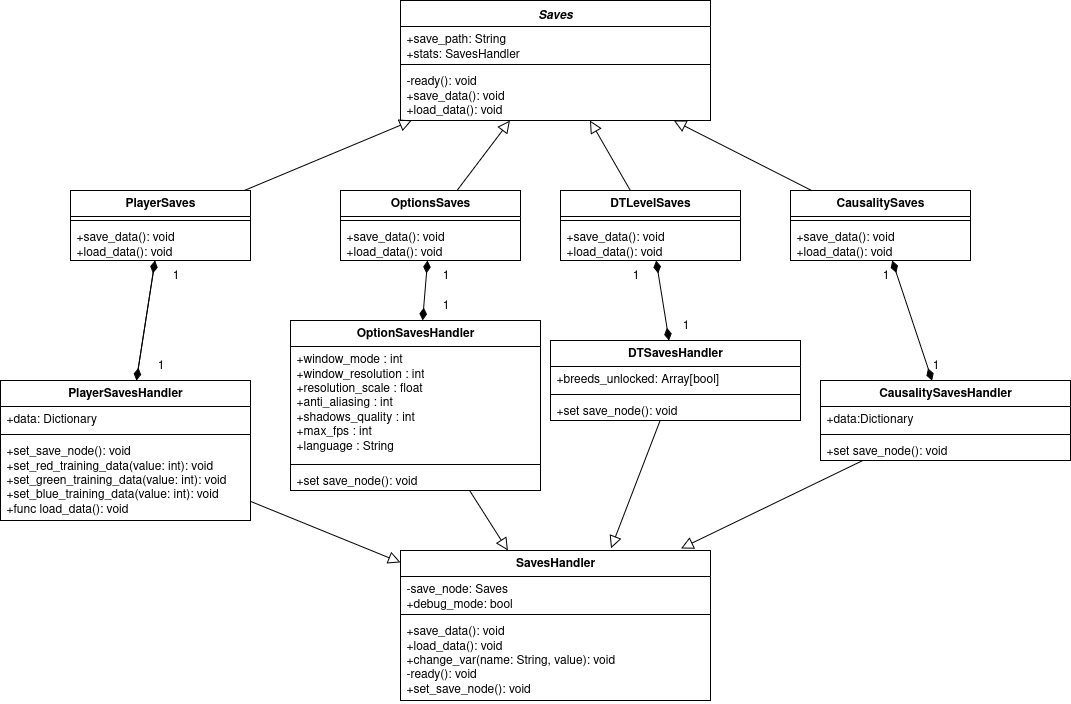
fliposab/ProgettoStage keeps this draw.io diagram as Documentazione/source/imgs/class-saves.png. Above is the earlier version. Source tidied: cells renumbered, new cells last; positions are measured from the earlier drawing's top-left corner, leaving out a move shared by most shapes.
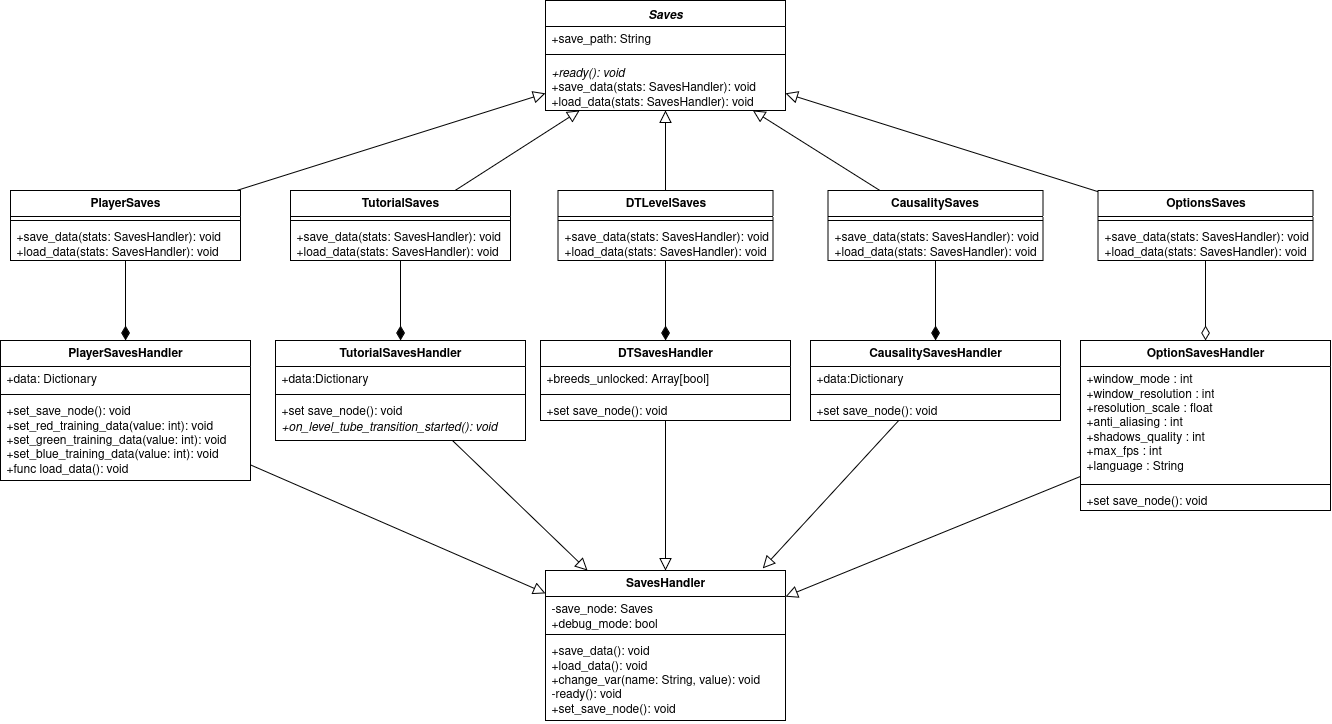
After the commit.

What changed in the source:
```diff
@@ -5,12 +5,12 @@
     <mxCell id="2" value="&lt;i&gt;Saves&lt;/i&gt;" style="swimlane;fontStyle=1;align=center;verticalAlign=top;horizontal=1;startSize=26;whiteSpace=wrap;html=1;" parent="1" vertex="1">
-      <mxGeometry x="400" width="310" height="120" as="geometry" />
+      <mxGeometry x="555" width="240" height="110" as="geometry" />
     </mxCell>
-    <mxCell id="3" value="&lt;div&gt;+save_path: String&lt;/div&gt;&lt;div&gt;+stats: SavesHandler&lt;/div&gt;" style="text;strokeColor=none;fillColor=none;align=left;verticalAlign=top;spacingLeft=4;spacingRight=4;overflow=hidden;whiteSpace=wrap;html=1;" parent="2" vertex="1">
-      <mxGeometry y="26" width="310" height="34" as="geometry" />
+    <mxCell id="3" value="&lt;div&gt;+save_path: String&lt;/div&gt;" style="text;strokeColor=none;fillColor=none;align=left;verticalAlign=top;spacingLeft=4;spacingRight=4;overflow=hidden;whiteSpace=wrap;html=1;" parent="2" vertex="1">
+      <mxGeometry y="26" width="240" height="24" as="geometry" />
     </mxCell>
     <mxCell id="4" style="line;strokeWidth=1;fillColor=none;align=left;verticalAlign=middle;spacingTop=-1;spacingLeft=3;spacingRight=3;labelPosition=right;strokeColor=inherit;" parent="2" vertex="1">
-      <mxGeometry y="60" width="310" height="8" as="geometry" />
+      <mxGeometry y="50" width="240" height="8" as="geometry" />
     </mxCell>
-    <mxCell id="5" value="&lt;div&gt;-ready(): void&lt;/div&gt;&lt;div&gt;+save_data(): void&lt;/div&gt;&lt;div&gt;+load_data(): void&lt;/div&gt;" style="text;strokeColor=none;fillColor=none;align=left;verticalAlign=top;spacingLeft=4;spacingRight=4;overflow=hidden;whiteSpace=wrap;html=1;" parent="2" vertex="1">
-      <mxGeometry y="68" width="310" height="52" as="geometry" />
+    <mxCell id="5" value="&lt;div&gt;&lt;i&gt;+ready(): void&lt;/i&gt;&lt;/div&gt;&lt;div&gt;+save_data(stats: SavesHandler): void&lt;/div&gt;&lt;div&gt;+load_data(stats: SavesHandler): void&lt;/div&gt;" style="text;strokeColor=none;fillColor=none;align=left;verticalAlign=top;spacingLeft=4;spacingRight=4;overflow=hidden;whiteSpace=wrap;html=1;" parent="2" vertex="1">
+      <mxGeometry y="58" width="240" height="52" as="geometry" />
     </mxCell>
@@ -20,33 +20,33 @@
     <mxCell id="7" value="PlayerSaves" style="swimlane;fontStyle=1;align=center;verticalAlign=top;horizontal=1;startSize=26;whiteSpace=wrap;html=1;" parent="1" vertex="1">
-      <mxGeometry x="70" y="190" width="180" height="70" as="geometry" />
+      <mxGeometry x="20" y="190" width="230" height="70" as="geometry" />
     </mxCell>
     <mxCell id="8" style="line;strokeWidth=1;fillColor=none;align=left;verticalAlign=middle;spacingTop=-1;spacingLeft=3;spacingRight=3;labelPosition=right;strokeColor=inherit;" parent="7" vertex="1">
-      <mxGeometry y="26" width="180" height="8" as="geometry" />
+      <mxGeometry y="26" width="230" height="8" as="geometry" />
     </mxCell>
-    <mxCell id="9" value="+save_data(): void&lt;br&gt;+load_data(): void" style="text;strokeColor=none;fillColor=none;align=left;verticalAlign=top;spacingLeft=4;spacingRight=4;overflow=hidden;whiteSpace=wrap;html=1;" parent="7" vertex="1">
-      <mxGeometry y="34" width="180" height="36" as="geometry" />
+    <mxCell id="9" value="&lt;div&gt;+save_data(stats: SavesHandler): void&lt;/div&gt;&lt;div&gt;+load_data(stats: SavesHandler): void&lt;/div&gt;" style="text;strokeColor=none;fillColor=none;align=left;verticalAlign=top;spacingLeft=4;spacingRight=4;overflow=hidden;whiteSpace=wrap;html=1;" parent="7" vertex="1">
+      <mxGeometry y="34" width="230" height="36" as="geometry" />
     </mxCell>
-    <mxCell id="10" style="rounded=0;jettySize=auto;html=1;endArrow=diamondThin;endFill=1;endSize=10;" parent="1" edge="1" source="11" target="7">
-      <mxGeometry relative="1" as="geometry" />
+    <mxCell id="10" value="PlayerSavesHandler" style="swimlane;fontStyle=1;align=center;verticalAlign=top;horizontal=1;startSize=26;whiteSpace=wrap;html=1;" parent="1" vertex="1">
+      <mxGeometry x="10" y="340" width="250" height="140" as="geometry" />
     </mxCell>
-    <mxCell id="11" value="PlayerSavesHandler" style="swimlane;fontStyle=1;align=center;verticalAlign=top;horizontal=1;startSize=26;whiteSpace=wrap;html=1;" parent="1" vertex="1">
-      <mxGeometry y="380" width="250" height="140" as="geometry" />
+    <mxCell id="11" value="+data: Dictionary" style="text;strokeColor=none;fillColor=none;align=left;verticalAlign=top;spacingLeft=4;spacingRight=4;overflow=hidden;points=[[0,0.5],[1,0.5]];portConstraint=eastwest;whiteSpace=wrap;html=1;" parent="10" vertex="1">
+      <mxGeometry y="26" width="250" height="24" as="geometry" />
     </mxCell>
-    <mxCell id="12" value="+data: Dictionary" style="text;strokeColor=none;fillColor=none;align=left;verticalAlign=top;spacingLeft=4;spacingRight=4;overflow=hidden;whiteSpace=wrap;html=1;" parent="11" vertex="1">
-      <mxGeometry y="26" width="250" height="24" as="geometry" />
+    <mxCell id="12" style="line;strokeWidth=1;fillColor=none;align=left;verticalAlign=middle;spacingTop=-1;spacingLeft=3;spacingRight=3;labelPosition=right;strokeColor=inherit;" parent="10" vertex="1">
+      <mxGeometry y="50" width="250" height="8" as="geometry" />
     </mxCell>
-    <mxCell id="13" style="line;strokeWidth=1;fillColor=none;align=left;verticalAlign=middle;spacingTop=-1;spacingLeft=3;spacingRight=3;labelPosition=right;strokeColor=inherit;" parent="11" vertex="1">
-      <mxGeometry y="50" width="250" height="8" as="geometry" />
+    <mxCell id="13" value="+set_save_node(): void&lt;br&gt;+set_red_training_data(value: int): void&lt;br&gt;+set_green_training_data(value: int): void&lt;br&gt;+set_blue_training_data(value: int): void&lt;br&gt;+func load_data(): void" style="text;strokeColor=none;fillColor=none;align=left;verticalAlign=top;spacingLeft=4;spacingRight=4;overflow=hidden;whiteSpace=wrap;html=1;" parent="10" vertex="1">
+      <mxGeometry y="58" width="250" height="82" as="geometry" />
     </mxCell>
-    <mxCell id="14" value="+set_save_node(): void&lt;br&gt;+set_red_training_data(value: int): void&lt;br&gt;+set_green_training_data(value: int): void&lt;br&gt;+set_blue_training_data(value: int): void&lt;br&gt;+func load_data(): void" style="text;strokeColor=none;fillColor=none;align=left;verticalAlign=top;spacingLeft=4;spacingRight=4;overflow=hidden;whiteSpace=wrap;html=1;" parent="11" vertex="1">
-      <mxGeometry y="58" width="250" height="82" as="geometry" />
+    <mxCell id="14" style="edgeStyle=orthogonalEdgeStyle;rounded=0;jettySize=auto;html=1;endArrow=diamondThin;endFill=0;endSize=12;startArrow=none;startFill=0;startSize=12;" parent="1" edge="1" source="15" target="27">
+      <mxGeometry relative="1" as="geometry" />
     </mxCell>
     <mxCell id="15" value="OptionsSaves" style="swimlane;fontStyle=1;align=center;verticalAlign=top;horizontal=1;startSize=26;whiteSpace=wrap;html=1;" parent="1" vertex="1">
-      <mxGeometry x="340" y="190" width="180" height="70" as="geometry" />
+      <mxGeometry x="1107.5" y="190" width="215" height="70" as="geometry" />
     </mxCell>
     <mxCell id="16" style="line;strokeWidth=1;fillColor=none;align=left;verticalAlign=middle;spacingTop=-1;spacingLeft=3;spacingRight=3;labelPosition=right;strokeColor=inherit;" parent="15" vertex="1">
-      <mxGeometry y="26" width="180" height="8" as="geometry" />
+      <mxGeometry y="26" width="215" height="8" as="geometry" />
     </mxCell>
-    <mxCell id="17" value="+save_data(): void&lt;br&gt;+load_data(): void" style="text;strokeColor=none;fillColor=none;align=left;verticalAlign=top;spacingLeft=4;spacingRight=4;overflow=hidden;whiteSpace=wrap;html=1;" parent="15" vertex="1">
-      <mxGeometry y="34" width="180" height="36" as="geometry" />
+    <mxCell id="17" value="&lt;div&gt;+save_data(stats: SavesHandler): void&lt;/div&gt;&lt;div&gt;+load_data(stats: SavesHandler): void&lt;/div&gt;" style="text;strokeColor=none;fillColor=none;align=left;verticalAlign=top;spacingLeft=4;spacingRight=4;overflow=hidden;whiteSpace=wrap;html=1;" parent="15" vertex="1">
+      <mxGeometry y="34" width="215" height="36" as="geometry" />
     </mxCell>
@@ -56,9 +56,9 @@
     <mxCell id="19" value="DTLevelSaves" style="swimlane;fontStyle=1;align=center;verticalAlign=top;horizontal=1;startSize=26;whiteSpace=wrap;html=1;" parent="1" vertex="1">
-      <mxGeometry x="560" y="190" width="180" height="70" as="geometry" />
+      <mxGeometry x="567.5" y="190" width="215" height="70" as="geometry" />
     </mxCell>
     <mxCell id="20" style="line;strokeWidth=1;fillColor=none;align=left;verticalAlign=middle;spacingTop=-1;spacingLeft=3;spacingRight=3;labelPosition=right;strokeColor=inherit;" parent="19" vertex="1">
-      <mxGeometry y="26" width="180" height="8" as="geometry" />
+      <mxGeometry y="26" width="215" height="8" as="geometry" />
     </mxCell>
-    <mxCell id="21" value="+save_data(): void&lt;br&gt;+load_data(): void" style="text;strokeColor=none;fillColor=none;align=left;verticalAlign=top;spacingLeft=4;spacingRight=4;overflow=hidden;whiteSpace=wrap;html=1;" parent="19" vertex="1">
-      <mxGeometry y="34" width="180" height="36" as="geometry" />
+    <mxCell id="21" value="&lt;div&gt;+save_data(stats: SavesHandler): void&lt;/div&gt;&lt;div&gt;+load_data(stats: SavesHandler): void&lt;/div&gt;" style="text;strokeColor=none;fillColor=none;align=left;verticalAlign=top;spacingLeft=4;spacingRight=4;overflow=hidden;whiteSpace=wrap;html=1;" parent="19" vertex="1">
+      <mxGeometry y="34" width="215" height="36" as="geometry" />
     </mxCell>
@@ -68,9 +68,9 @@
     <mxCell id="23" value="CausalitySaves" style="swimlane;fontStyle=1;align=center;verticalAlign=top;horizontal=1;startSize=26;whiteSpace=wrap;html=1;" parent="1" vertex="1">
-      <mxGeometry x="790" y="190" width="180" height="70" as="geometry" />
+      <mxGeometry x="837.5" y="190" width="215" height="70" as="geometry" />
     </mxCell>
     <mxCell id="24" style="line;strokeWidth=1;fillColor=none;align=left;verticalAlign=middle;spacingTop=-1;spacingLeft=3;spacingRight=3;labelPosition=right;strokeColor=inherit;" parent="23" vertex="1">
-      <mxGeometry y="26" width="180" height="8" as="geometry" />
+      <mxGeometry y="26" width="215" height="8" as="geometry" />
     </mxCell>
-    <mxCell id="25" value="+save_data(): void&lt;br&gt;+load_data(): void" style="text;strokeColor=none;fillColor=none;align=left;verticalAlign=top;spacingLeft=4;spacingRight=4;overflow=hidden;whiteSpace=wrap;html=1;" parent="23" vertex="1">
-      <mxGeometry y="34" width="180" height="36" as="geometry" />
+    <mxCell id="25" value="&lt;div&gt;+save_data(stats: SavesHandler): void&lt;/div&gt;&lt;div&gt;+load_data(stats: SavesHandler): void&lt;/div&gt;" style="text;strokeColor=none;fillColor=none;align=left;verticalAlign=top;spacingLeft=4;spacingRight=4;overflow=hidden;whiteSpace=wrap;html=1;" parent="23" vertex="1">
+      <mxGeometry y="34" width="215" height="36" as="geometry" />
     </mxCell>
@@ -80,3 +80,3 @@
     <mxCell id="27" value="OptionSavesHandler" style="swimlane;fontStyle=1;align=center;verticalAlign=top;horizontal=1;startSize=26;whiteSpace=wrap;html=1;" parent="1" vertex="1">
-      <mxGeometry x="290" y="320" width="250" height="170" as="geometry" />
+      <mxGeometry x="1090" y="340" width="250" height="170" as="geometry" />
     </mxCell>
@@ -92,14 +92,14 @@
     <mxCell id="31" value="SavesHandler" style="swimlane;fontStyle=1;align=center;verticalAlign=top;horizontal=1;startSize=26;whiteSpace=wrap;html=1;" parent="1" vertex="1">
-      <mxGeometry x="400" y="550" width="310" height="150" as="geometry" />
+      <mxGeometry x="555" y="570" width="240" height="150" as="geometry" />
     </mxCell>
     <mxCell id="32" value="&lt;div&gt;-save_node: Saves&lt;/div&gt;&lt;div&gt;+debug_mode: bool&lt;/div&gt;" style="text;strokeColor=none;fillColor=none;align=left;verticalAlign=top;spacingLeft=4;spacingRight=4;overflow=hidden;whiteSpace=wrap;html=1;" parent="31" vertex="1">
-      <mxGeometry y="26" width="310" height="34" as="geometry" />
+      <mxGeometry y="26" width="240" height="34" as="geometry" />
     </mxCell>
     <mxCell id="33" style="line;strokeWidth=1;fillColor=none;align=left;verticalAlign=middle;spacingTop=-1;spacingLeft=3;spacingRight=3;labelPosition=right;strokeColor=inherit;" parent="31" vertex="1">
-      <mxGeometry y="60" width="310" height="8" as="geometry" />
+      <mxGeometry y="60" width="240" height="8" as="geometry" />
     </mxCell>
     <mxCell id="34" value="+save_data(): void&lt;br&gt;+load_data(): void&lt;br&gt;+change_var(name: String, value): void&lt;br&gt;-ready(): void&lt;br&gt;+set_save_node(): void" style="text;strokeColor=none;fillColor=none;align=left;verticalAlign=top;spacingLeft=4;spacingRight=4;overflow=hidden;whiteSpace=wrap;html=1;" parent="31" vertex="1">
-      <mxGeometry y="68" width="310" height="82" as="geometry" />
+      <mxGeometry y="68" width="240" height="82" as="geometry" />
     </mxCell>
-    <mxCell id="35" style="rounded=0;jettySize=auto;html=1;endArrow=block;endFill=0;endSize=10;" parent="1" edge="1" source="11" target="31">
+    <mxCell id="35" style="rounded=0;jettySize=auto;html=1;endArrow=block;endFill=0;endSize=10;" parent="1" edge="1" source="10" target="31">
       <mxGeometry relative="1" as="geometry" />
@@ -121,3 +121,3 @@
     </mxCell>
-    <mxCell id="41" style="rounded=0;jettySize=auto;html=1;endArrow=block;endFill=0;endSize=10;entryX=0.679;entryY=-0.014;entryDx=0;entryDy=0;entryPerimeter=0;" parent="1" edge="1" source="37" target="31">
+    <mxCell id="41" style="rounded=0;jettySize=auto;html=1;endArrow=block;endFill=0;endSize=10;" parent="1" edge="1" source="37" target="31">
       <mxGeometry relative="1" as="geometry" />
@@ -125,3 +125,3 @@
     <mxCell id="42" value="CausalitySavesHandler" style="swimlane;fontStyle=1;align=center;verticalAlign=top;horizontal=1;startSize=26;whiteSpace=wrap;html=1;" parent="1" vertex="1">
-      <mxGeometry x="820" y="380" width="250" height="80" as="geometry" />
+      <mxGeometry x="820" y="340" width="250" height="80" as="geometry" />
     </mxCell>
@@ -139,38 +139,46 @@
     </mxCell>
-    <mxCell id="47" style="rounded=0;jettySize=auto;html=1;endArrow=diamondThin;endFill=1;endSize=10;" parent="1" edge="1" source="7" target="11">
+    <mxCell id="47" style="edgeStyle=orthogonalEdgeStyle;rounded=0;jettySize=auto;html=1;endArrow=diamondThin;endFill=1;endSize=12;startArrow=none;startFill=0;startSize=12;" parent="1" edge="1" source="19" target="37">
       <mxGeometry relative="1" as="geometry" />
     </mxCell>
-    <mxCell id="48" style="rounded=0;jettySize=auto;html=1;endArrow=diamondThin;endFill=1;endSize=10;startArrow=diamondThin;startFill=1;targetPerimeterSpacing=0;startSize=10;" parent="1" edge="1" source="15" target="27">
+    <mxCell id="48" style="edgeStyle=orthogonalEdgeStyle;rounded=0;jettySize=auto;html=1;endArrow=diamondThin;endFill=1;endSize=12;startArrow=none;startFill=0;startSize=12;" parent="1" edge="1" source="23" target="42">
       <mxGeometry relative="1" as="geometry" />
     </mxCell>
-    <mxCell id="49" style="rounded=0;jettySize=auto;html=1;endArrow=diamondThin;endFill=1;endSize=10;startArrow=diamondThin;startFill=1;targetPerimeterSpacing=0;startSize=10;" parent="1" edge="1" source="19" target="37">
-      <mxGeometry relative="1" as="geometry" />
+    <mxCell id="49" style="edgeStyle=orthogonalEdgeStyle;rounded=0;jettySize=auto;html=1;endArrow=diamondThin;endFill=1;endSize=12;startArrow=none;startFill=0;startSize=12;" parent="1" edge="1" source="7" target="10">
+      <mxGeometry relative="1" as="geometry">
+        <Array as="points">
+          <mxPoint x="160" y="350" />
+          <mxPoint x="160" y="350" />
+        </Array>
+      </mxGeometry>
     </mxCell>
-    <mxCell id="50" style="rounded=0;jettySize=auto;html=1;endArrow=diamondThin;endFill=1;endSize=10;startArrow=diamondThin;startFill=1;targetPerimeterSpacing=0;startSize=10;" parent="1" edge="1" source="23" target="42">
+    <mxCell id="50" style="edgeStyle=orthogonalEdgeStyle;rounded=0;jettySize=auto;html=1;endArrow=diamondThin;endFill=1;endSize=12;startArrow=none;startFill=0;startSize=12;" parent="1" edge="1" source="51" target="54">
       <mxGeometry relative="1" as="geometry" />
     </mxCell>
-    <mxCell id="51" value="1" style="text;html=1;align=center;verticalAlign=middle;points=[];strokeColor=none;fillColor=none;" parent="1" vertex="1">
-      <mxGeometry x="145" y="350" width="30" height="30" as="geometry" />
+    <mxCell id="51" value="TutorialSaves" style="swimlane;fontStyle=1;align=center;verticalAlign=top;horizontal=1;startSize=26;whiteSpace=wrap;html=1;" parent="1" vertex="1">
+      <mxGeometry x="300" y="190" width="220" height="70" as="geometry" />
     </mxCell>
-    <mxCell id="52" value="1" style="text;html=1;align=center;verticalAlign=middle;strokeColor=none;fillColor=none;" parent="1" vertex="1">
-      <mxGeometry x="160" y="260" width="30" height="30" as="geometry" />
+    <mxCell id="52" style="line;strokeWidth=1;fillColor=none;align=left;verticalAlign=middle;spacingTop=-1;spacingLeft=3;spacingRight=3;labelPosition=right;strokeColor=inherit;" parent="51" vertex="1">
+      <mxGeometry y="26" width="220" height="8" as="geometry" />
     </mxCell>
-    <mxCell id="53" value="1" style="text;html=1;align=center;verticalAlign=middle;strokeColor=none;fillColor=none;" parent="1" vertex="1">
-      <mxGeometry x="430" y="260" width="30" height="30" as="geometry" />
+    <mxCell id="53" value="&lt;div&gt;+save_data(stats: SavesHandler): void&lt;/div&gt;&lt;div&gt;+load_data(stats: SavesHandler): void&lt;/div&gt;" style="text;strokeColor=none;fillColor=none;align=left;verticalAlign=top;spacingLeft=4;spacingRight=4;overflow=hidden;whiteSpace=wrap;html=1;" parent="51" vertex="1">
+      <mxGeometry y="34" width="220" height="36" as="geometry" />
     </mxCell>
-    <mxCell id="54" value="1" style="text;html=1;align=center;verticalAlign=middle;points=[];strokeColor=none;fillColor=none;" parent="1" vertex="1">
-      <mxGeometry x="430" y="290" width="30" height="30" as="geometry" />
+    <mxCell id="54" value="TutorialSavesHandler" style="swimlane;fontStyle=1;align=center;verticalAlign=top;horizontal=1;startSize=26;whiteSpace=wrap;html=1;" parent="1" vertex="1">
+      <mxGeometry x="285" y="340" width="250" height="100" as="geometry" />
     </mxCell>
-    <mxCell id="55" value="1" style="text;html=1;align=center;verticalAlign=middle;strokeColor=none;fillColor=none;" parent="1" vertex="1">
-      <mxGeometry x="620" y="260" width="30" height="30" as="geometry" />
+    <mxCell id="55" value="+data:Dictionary" style="text;strokeColor=none;fillColor=none;align=left;verticalAlign=top;spacingLeft=4;spacingRight=4;overflow=hidden;whiteSpace=wrap;html=1;" parent="54" vertex="1">
+      <mxGeometry y="26" width="250" height="24" as="geometry" />
     </mxCell>
-    <mxCell id="56" value="1" style="text;html=1;align=center;verticalAlign=middle;strokeColor=none;fillColor=none;" parent="1" vertex="1">
-      <mxGeometry x="670" y="310" width="30" height="30" as="geometry" />
+    <mxCell id="56" style="line;strokeWidth=1;fillColor=none;align=left;verticalAlign=middle;spacingTop=-1;spacingLeft=3;spacingRight=3;labelPosition=right;strokeColor=inherit;" parent="54" vertex="1">
+      <mxGeometry y="50" width="250" height="8" as="geometry" />
     </mxCell>
-    <mxCell id="57" value="1" style="text;html=1;align=center;verticalAlign=middle;strokeColor=none;fillColor=none;" parent="1" vertex="1">
-      <mxGeometry x="870" y="260" width="30" height="30" as="geometry" />
+    <mxCell id="57" value="&lt;div&gt;+set save_node(): void&lt;/div&gt;&lt;div&gt;&lt;i&gt;+on_level_tube_transition_started(): void&amp;nbsp;&lt;/i&gt;&lt;/div&gt;" style="text;strokeColor=none;fillColor=none;align=left;verticalAlign=top;spacingLeft=4;spacingRight=4;overflow=hidden;whiteSpace=wrap;html=1;" parent="54" vertex="1">
+      <mxGeometry y="58" width="250" height="42" as="geometry" />
     </mxCell>
-    <mxCell id="58" value="1" style="text;html=1;align=center;verticalAlign=middle;strokeColor=none;fillColor=none;" parent="1" vertex="1">
-      <mxGeometry x="920" y="350" width="30" height="30" as="geometry" />
+    <mxCell id="58" style="rounded=0;jettySize=auto;html=1;endArrow=block;endFill=0;endSize=10;" parent="1" edge="1" source="51" target="2">
+      <mxGeometry relative="1" as="geometry" />
     </mxCell>
+    <mxCell id="59" style="rounded=0;jettySize=auto;html=1;endArrow=block;endFill=0;endSize=10;" parent="1" edge="1" source="54" target="31">
+      <mxGeometry relative="1" as="geometry" />
+    </mxCell>
   </root>
```
